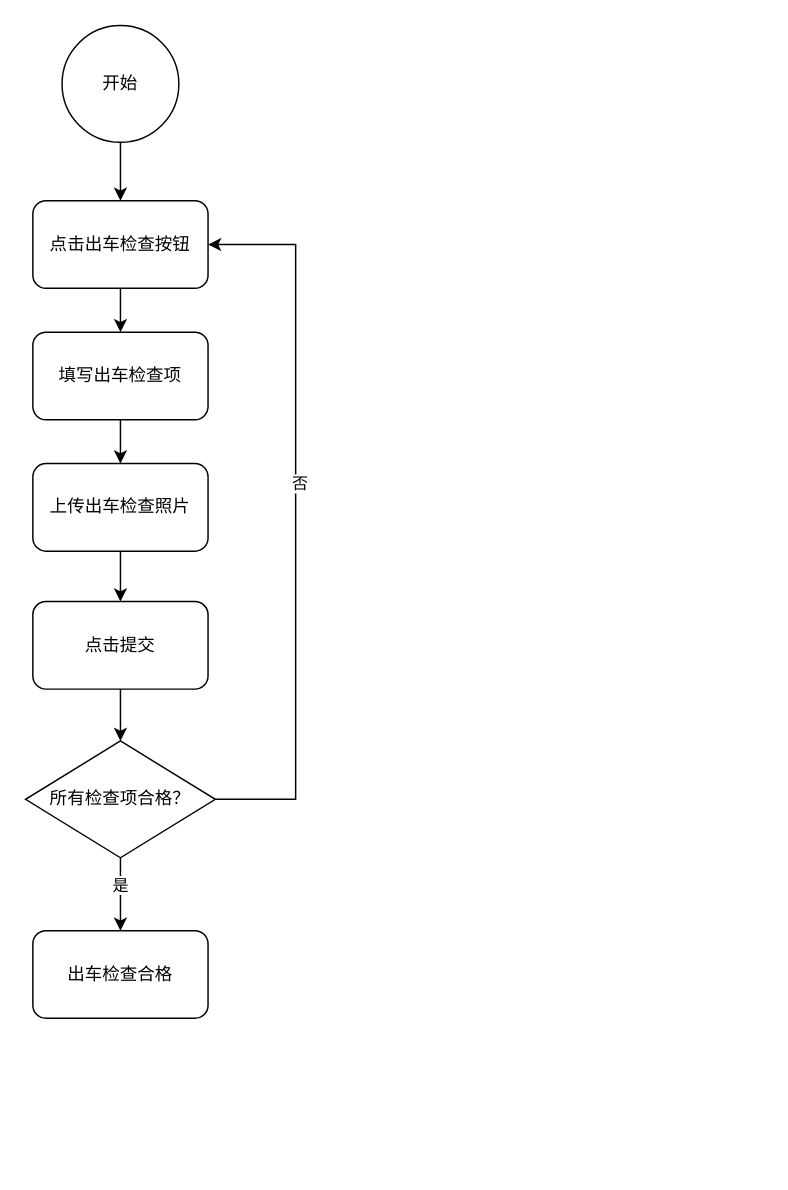
The draw.io diagram 司机仓库检查流程.drawio in FrankKirin/PM_works, before the edit. Source tidied: cells renumbered, new cells numbered last; positions are measured from the earlier drawing's top-left corner, leaving out a move shared by most shapes. Both pictures are drawn from the tidied source at 146%, with x=0, y=0 at pixel (25, 25).
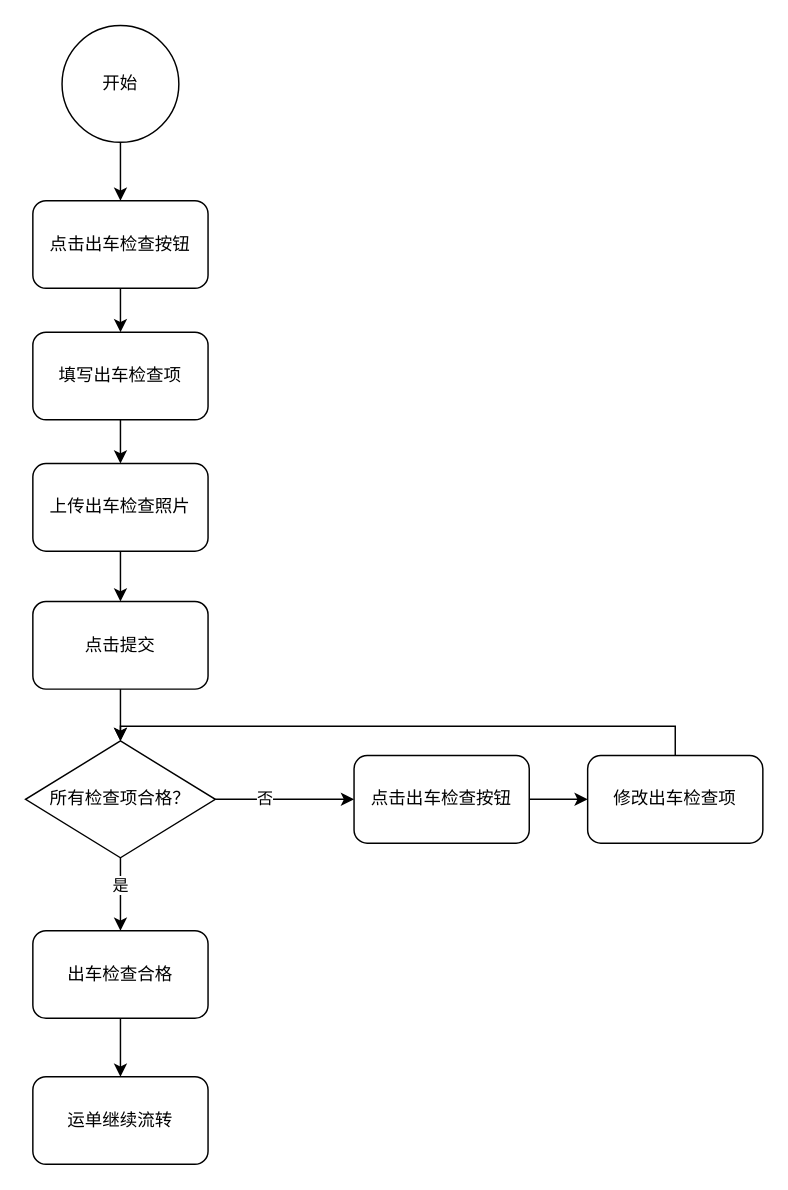
The same page after the edit.

Commit message:
Update 司机仓库检查流程.drawio

The change refers to these unchanged cells:
```xml
<mxCell id="5" value="点击出车检查按钮" style="rounded=1;whiteSpace=wrap;html=1;" parent="1" vertex="1">
  <mxGeometry x="5" y="120" width="120" height="60" as="geometry" />
</mxCell>
<mxCell id="16" value="所有检查项合格？" style="rhombus;whiteSpace=wrap;html=1;" parent="1" vertex="1">
  <mxGeometry y="490" width="130" height="80" as="geometry" />
</mxCell>
<mxCell id="17" value="出车检查合格" style="rounded=1;whiteSpace=wrap;html=1;" parent="1" vertex="1">
  <mxGeometry x="5" y="620" width="120" height="60" as="geometry" />
</mxCell>
```

The edit, as a diff of the source:
```diff
@@
-    <mxCell id="12" style="edgeStyle=orthogonalEdgeStyle;rounded=0;jettySize=auto;html=1;exitX=1;exitY=0.5;exitDx=0;exitDy=0;entryX=1;entryY=0.5;entryDx=0;entryDy=0;" parent="1" edge="1" source="16" target="5">
-      <mxGeometry relative="1" as="geometry">
-        <Array as="points">
-          <mxPoint x="185" y="530" />
-          <mxPoint x="185" y="150" />
-        </Array>
-      </mxGeometry>
-    </mxCell>
-    <mxCell id="13" value="否" style="edgeLabel;html=1;align=center;verticalAlign=middle;" parent="12" vertex="1">
-      <mxGeometry x="0.1" y="-2" relative="1" as="geometry" />
-    </mxCell>
@@
+    <mxCell id="18" style="edgeStyle=orthogonalEdgeStyle;rounded=0;jettySize=auto;html=1;exitX=1;exitY=0.5;exitDx=0;exitDy=0;entryX=0;entryY=0.5;entryDx=0;entryDy=0;" parent="1" edge="1" source="16" target="21">
+      <mxGeometry relative="1" as="geometry" />
+    </mxCell>
+    <mxCell id="13" value="否" style="edgeLabel;html=1;align=center;verticalAlign=middle;" parent="18" vertex="1">
+      <mxGeometry x="-0.31" y="1" relative="1" as="geometry" />
+    </mxCell>
@@
+    <mxCell id="19" style="edgeStyle=orthogonalEdgeStyle;rounded=0;jettySize=auto;html=1;exitX=0.5;exitY=1;exitDx=0;exitDy=0;entryX=0.5;entryY=0;entryDx=0;entryDy=0;" parent="1" edge="1" source="17" target="24">
+      <mxGeometry relative="1" as="geometry" />
+    </mxCell>
@@
+    <mxCell id="20" style="edgeStyle=orthogonalEdgeStyle;rounded=0;jettySize=auto;html=1;exitX=1;exitY=0.5;exitDx=0;exitDy=0;" parent="1" edge="1" source="21" target="23">
+      <mxGeometry relative="1" as="geometry" />
+    </mxCell>
+    <mxCell id="21" value="点击出车检查按钮" style="rounded=1;whiteSpace=wrap;html=1;" parent="1" vertex="1">
+      <mxGeometry x="225" y="500" width="120" height="60" as="geometry" />
+    </mxCell>
+    <mxCell id="22" style="edgeStyle=orthogonalEdgeStyle;rounded=0;jettySize=auto;html=1;exitX=0.5;exitY=0;exitDx=0;exitDy=0;entryX=0.5;entryY=0;entryDx=0;entryDy=0;" parent="1" edge="1" source="23" target="16">
+      <mxGeometry relative="1" as="geometry" />
+    </mxCell>
+    <mxCell id="23" value="修改出车检查项" style="rounded=1;whiteSpace=wrap;html=1;" parent="1" vertex="1">
+      <mxGeometry x="385" y="500" width="120" height="60" as="geometry" />
+    </mxCell>
+    <mxCell id="24" value="运单继续流转" style="rounded=1;whiteSpace=wrap;html=1;" parent="1" vertex="1">
+      <mxGeometry x="5" y="720" width="120" height="60" as="geometry" />
+    </mxCell>
```
